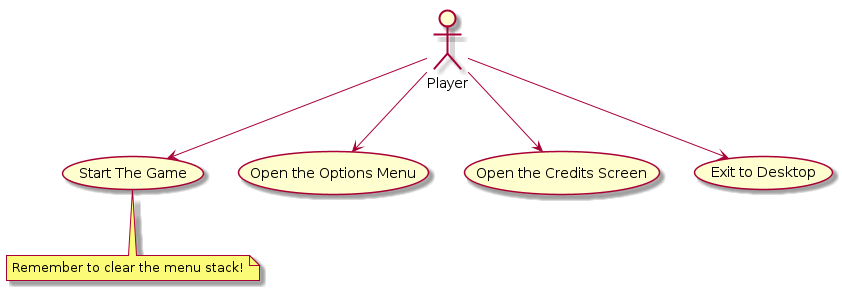
This is images/computer_science/use_case.png from 2DGD-F0TH/2DGD_F0TH, a PlantUML export, as it was before one commit. Its diagram source:
```plantuml
@startuml

Player --> (Start The Game)

Player --> (Open the Options Menu)

Player --> (Open the Credits Screen)

Player --> (Exit to Desktop)

note "Remember to clear the menu stack!" as N

(Start The Game) .. N

@enduml
```
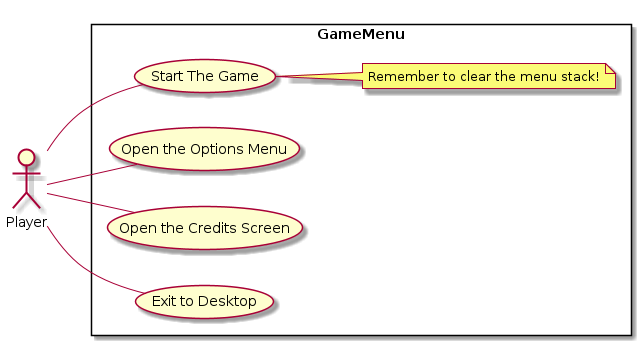
The same diagram one commit later.

Change to the diagram source:
```diff
@@ -1,15 +1,24 @@
 @startuml
 
-Player --> (Start The Game)
+left to right direction
 
-Player --> (Open the Options Menu)
+skinparam packageStyle rectangle
 
-Player --> (Open the Credits Screen)
+actor Player
 
-Player --> (Exit to Desktop)
+rectangle GameMenu{
 
-note "Remember to clear the menu stack!" as N
+    Player -- (Start The Game)
 
-(Start The Game) .. N
+    Player -- (Open the Options Menu)
+
+    Player -- (Open the Credits Screen)
+
+    Player -- (Exit to Desktop)
+
+    note "Remember to clear the menu stack!" as N
+
+    (Start The Game) .. N
+}
 
 @enduml
```
